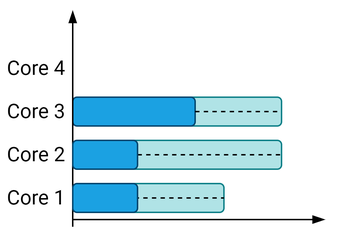
The draw.io diagram Notes/TFM_presentations/final/figures/drawings/state_example_merged_2.png in jmigual/APATeoria, before a commit. Source tidied: cells renumbered, new cells last; positions are measured from the earlier drawing's top-left corner, leaving out a move shared by most shapes. Source of this version:
```xml
<mxGraphModel math="1">
  <root>
    <mxCell id="0" />
    <mxCell id="1" parent="0" />
    <mxCell id="2" style="rounded=1;whiteSpace=wrap;html=1;align=center;fillColor=#b0e3e6;strokeColor=#0e8088;comic=0;fontSize=14;fontFamily=Roboto;FType=g;" parent="1" vertex="1">
      <mxGeometry x="75" y="120" width="80" height="20" as="geometry" />
    </mxCell>
    <mxCell id="3" value="Core 1" style="text;html=1;strokeColor=none;fillColor=none;align=center;verticalAlign=middle;whiteSpace=wrap;rounded=0;fontSize=14;fontColor=#000000;fontFamily=Roboto;FType=g;" parent="1" vertex="1">
      <mxGeometry y="120" width="50" height="20" as="geometry" />
    </mxCell>
    <mxCell id="4" value="Core 2" style="text;html=1;strokeColor=none;fillColor=none;align=center;verticalAlign=middle;whiteSpace=wrap;rounded=0;fontSize=14;fontColor=#000000;fontFamily=Roboto;FType=g;" parent="1" vertex="1">
      <mxGeometry y="90" width="50" height="20" as="geometry" />
    </mxCell>
    <mxCell id="5" value="Core 3" style="text;html=1;strokeColor=none;fillColor=none;align=center;verticalAlign=middle;whiteSpace=wrap;rounded=0;fontSize=14;fontColor=#000000;fontFamily=Roboto;FType=g;" parent="1" vertex="1">
      <mxGeometry y="60" width="50" height="20" as="geometry" />
    </mxCell>
    <mxCell id="6" style="endArrow=blockThin;html=1;endFill=1;fontFamily=Roboto;FType=g;" parent="1" edge="1">
      <mxGeometry relative="1" as="geometry">
        <mxPoint x="50" y="145" as="sourcePoint" />
        <mxPoint x="225" y="145" as="targetPoint" />
      </mxGeometry>
    </mxCell>
    <mxCell id="7" value="Core 4" style="text;html=1;strokeColor=none;fillColor=none;align=center;verticalAlign=middle;whiteSpace=wrap;rounded=0;fontSize=14;fontColor=#000000;fontFamily=Roboto;FType=g;" parent="1" vertex="1">
      <mxGeometry y="30" width="50" height="20" as="geometry" />
    </mxCell>
    <mxCell id="8" style="endArrow=none;dashed=1;html=1;entryX=1;entryY=0.5;entryDx=0;entryDy=0;exitX=0;exitY=0.5;exitDx=0;exitDy=0;" parent="1" edge="1" source="2" target="2">
      <mxGeometry relative="1" as="geometry" />
    </mxCell>
    <mxCell id="9" style="rounded=1;whiteSpace=wrap;html=1;align=center;fillColor=#b0e3e6;strokeColor=#0e8088;comic=0;fontSize=14;fontFamily=Roboto;FType=g;" parent="1" vertex="1">
      <mxGeometry x="65" y="90" width="130" height="20" as="geometry" />
    </mxCell>
    <mxCell id="10" style="endArrow=none;dashed=1;html=1;entryX=1;entryY=0.5;entryDx=0;entryDy=0;exitX=1;exitY=0.5;exitDx=0;exitDy=0;" parent="1" edge="1" source="16" target="9">
      <mxGeometry relative="1" as="geometry" />
    </mxCell>
    <mxCell id="11" style="rounded=1;whiteSpace=wrap;html=1;align=center;fillColor=#b0e3e6;strokeColor=#0e8088;comic=0;fontSize=14;fontFamily=Roboto;FType=g;" parent="1" vertex="1">
      <mxGeometry x="65" y="60" width="130" height="20" as="geometry" />
    </mxCell>
    <mxCell id="12" style="rounded=1;whiteSpace=wrap;html=1;align=center;fillColor=#1ba1e2;fontColor=#ffffff;comic=0;fontSize=14;fontFamily=Roboto;FType=g;strokeColor=#00456E;" parent="1" vertex="1">
      <mxGeometry x="50" y="60" width="85" height="20" as="geometry" />
    </mxCell>
    <mxCell id="13" style="endArrow=none;dashed=1;html=1;entryX=1;entryY=0.5;entryDx=0;entryDy=0;exitX=1;exitY=0.5;exitDx=0;exitDy=0;" parent="1" edge="1" source="12" target="11">
      <mxGeometry relative="1" as="geometry" />
    </mxCell>
    <mxCell id="14" style="endArrow=blockThin;html=1;strokeColor=#000000;endFill=1;exitX=0.5;exitY=0;exitDx=0;exitDy=0;fontFamily=Roboto;FType=g;" parent="1" edge="1">
      <mxGeometry relative="1" as="geometry">
        <mxPoint x="50" y="150" as="sourcePoint" />
        <mxPoint x="50" as="targetPoint" />
      </mxGeometry>
    </mxCell>
    <mxCell id="15" style="rounded=1;whiteSpace=wrap;html=1;align=center;fillColor=#1ba1e2;fontColor=#ffffff;comic=0;fontSize=14;fontFamily=Roboto;FType=g;strokeColor=#00456E;" parent="1" vertex="1">
      <mxGeometry x="50" y="120" width="45" height="20" as="geometry" />
    </mxCell>
    <mxCell id="16" style="rounded=1;whiteSpace=wrap;html=1;align=center;fillColor=#1ba1e2;fontColor=#ffffff;comic=0;fontSize=14;fontFamily=Roboto;FType=g;strokeColor=#00456E;" parent="1" vertex="1">
      <mxGeometry x="50" y="90" width="45" height="20" as="geometry" />
    </mxCell>
  </root>
</mxGraphModel>
```
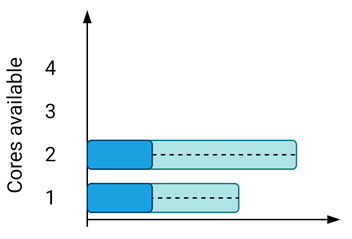
After the commit.

What changed in the source:
```diff
@@ -3,55 +3,49 @@
     <mxCell id="0" />
     <mxCell id="1" parent="0" />
     <mxCell id="2" style="rounded=1;whiteSpace=wrap;html=1;align=center;fillColor=#b0e3e6;strokeColor=#0e8088;comic=0;fontSize=14;fontFamily=Roboto;FType=g;" parent="1" vertex="1">
-      <mxGeometry x="75" y="120" width="80" height="20" as="geometry" />
+      <mxGeometry x="75" y="300" width="80" height="20" as="geometry" />
     </mxCell>
-    <mxCell id="3" value="Core 1" style="text;html=1;strokeColor=none;fillColor=none;align=center;verticalAlign=middle;whiteSpace=wrap;rounded=0;fontSize=14;fontColor=#000000;fontFamily=Roboto;FType=g;" parent="1" vertex="1">
-      <mxGeometry y="120" width="50" height="20" as="geometry" />
+    <mxCell id="3" style="endArrow=blockThin;html=1;endFill=1;fontFamily=Roboto;FType=g;" parent="1" edge="1">
+      <mxGeometry relative="1" as="geometry">
+        <mxPoint x="50" y="325" as="sourcePoint" />
+        <mxPoint x="225" y="325" as="targetPoint" />
+      </mxGeometry>
     </mxCell>
-    <mxCell id="4" value="Core 2" style="text;html=1;strokeColor=none;fillColor=none;align=center;verticalAlign=middle;whiteSpace=wrap;rounded=0;fontSize=14;fontColor=#000000;fontFamily=Roboto;FType=g;" parent="1" vertex="1">
-      <mxGeometry y="90" width="50" height="20" as="geometry" />
+    <mxCell id="4" style="endArrow=none;dashed=1;html=1;entryX=1;entryY=0.5;entryDx=0;entryDy=0;exitX=0;exitY=0.5;exitDx=0;exitDy=0;" parent="1" edge="1" source="2" target="2">
+      <mxGeometry relative="1" as="geometry" />
     </mxCell>
-    <mxCell id="5" value="Core 3" style="text;html=1;strokeColor=none;fillColor=none;align=center;verticalAlign=middle;whiteSpace=wrap;rounded=0;fontSize=14;fontColor=#000000;fontFamily=Roboto;FType=g;" parent="1" vertex="1">
-      <mxGeometry y="60" width="50" height="20" as="geometry" />
+    <mxCell id="5" style="rounded=1;whiteSpace=wrap;html=1;align=center;fillColor=#b0e3e6;strokeColor=#0e8088;comic=0;fontSize=14;fontFamily=Roboto;FType=g;" parent="1" vertex="1">
+      <mxGeometry x="65" y="270" width="130" height="20" as="geometry" />
     </mxCell>
-    <mxCell id="6" style="endArrow=blockThin;html=1;endFill=1;fontFamily=Roboto;FType=g;" parent="1" edge="1">
-      <mxGeometry relative="1" as="geometry">
-        <mxPoint x="50" y="145" as="sourcePoint" />
-        <mxPoint x="225" y="145" as="targetPoint" />
-      </mxGeometry>
+    <mxCell id="6" style="endArrow=none;dashed=1;html=1;entryX=1;entryY=0.5;entryDx=0;entryDy=0;exitX=1;exitY=0.5;exitDx=0;exitDy=0;" parent="1" edge="1" source="9" target="5">
+      <mxGeometry relative="1" as="geometry" />
     </mxCell>
-    <mxCell id="7" value="Core 4" style="text;html=1;strokeColor=none;fillColor=none;align=center;verticalAlign=middle;whiteSpace=wrap;rounded=0;fontSize=14;fontColor=#000000;fontFamily=Roboto;FType=g;" parent="1" vertex="1">
-      <mxGeometry y="30" width="50" height="20" as="geometry" />
+    <mxCell id="7" style="endArrow=blockThin;html=1;strokeColor=#000000;endFill=1;exitX=0.5;exitY=0;exitDx=0;exitDy=0;fontFamily=Roboto;FType=g;" parent="1" edge="1">
+      <mxGeometry relative="1" as="geometry">
+        <mxPoint x="50" y="330" as="sourcePoint" />
+        <mxPoint x="50" y="180" as="targetPoint" />
+      </mxGeometry>
     </mxCell>
-    <mxCell id="8" style="endArrow=none;dashed=1;html=1;entryX=1;entryY=0.5;entryDx=0;entryDy=0;exitX=0;exitY=0.5;exitDx=0;exitDy=0;" parent="1" edge="1" source="2" target="2">
-      <mxGeometry relative="1" as="geometry" />
+    <mxCell id="8" style="rounded=1;whiteSpace=wrap;html=1;align=center;fillColor=#1ba1e2;fontColor=#ffffff;comic=0;fontSize=14;fontFamily=Roboto;FType=g;strokeColor=#00456E;" parent="1" vertex="1">
+      <mxGeometry x="50" y="300" width="45" height="20" as="geometry" />
     </mxCell>
-    <mxCell id="9" style="rounded=1;whiteSpace=wrap;html=1;align=center;fillColor=#b0e3e6;strokeColor=#0e8088;comic=0;fontSize=14;fontFamily=Roboto;FType=g;" parent="1" vertex="1">
-      <mxGeometry x="65" y="90" width="130" height="20" as="geometry" />
+    <mxCell id="9" style="rounded=1;whiteSpace=wrap;html=1;align=center;fillColor=#1ba1e2;fontColor=#ffffff;comic=0;fontSize=14;fontFamily=Roboto;FType=g;strokeColor=#00456E;" parent="1" vertex="1">
+      <mxGeometry x="50" y="270" width="45" height="20" as="geometry" />
     </mxCell>
-    <mxCell id="10" style="endArrow=none;dashed=1;html=1;entryX=1;entryY=0.5;entryDx=0;entryDy=0;exitX=1;exitY=0.5;exitDx=0;exitDy=0;" parent="1" edge="1" source="16" target="9">
-      <mxGeometry relative="1" as="geometry" />
+    <mxCell id="10" value="1" style="text;html=1;strokeColor=none;fillColor=none;align=center;verticalAlign=middle;whiteSpace=wrap;rounded=0;fontSize=14;fontColor=#000000;fontFamily=Roboto;FType=g;" parent="1" vertex="1">
+      <mxGeometry y="300" width="50" height="20" as="geometry" />
     </mxCell>
-    <mxCell id="11" style="rounded=1;whiteSpace=wrap;html=1;align=center;fillColor=#b0e3e6;strokeColor=#0e8088;comic=0;fontSize=14;fontFamily=Roboto;FType=g;" parent="1" vertex="1">
-      <mxGeometry x="65" y="60" width="130" height="20" as="geometry" />
+    <mxCell id="11" value="2" style="text;html=1;strokeColor=none;fillColor=none;align=center;verticalAlign=middle;whiteSpace=wrap;rounded=0;fontSize=14;fontColor=#000000;fontFamily=Roboto;FType=g;" parent="1" vertex="1">
+      <mxGeometry y="270" width="50" height="20" as="geometry" />
     </mxCell>
-    <mxCell id="12" style="rounded=1;whiteSpace=wrap;html=1;align=center;fillColor=#1ba1e2;fontColor=#ffffff;comic=0;fontSize=14;fontFamily=Roboto;FType=g;strokeColor=#00456E;" parent="1" vertex="1">
-      <mxGeometry x="50" y="60" width="85" height="20" as="geometry" />
+    <mxCell id="12" value="3" style="text;html=1;strokeColor=none;fillColor=none;align=center;verticalAlign=middle;whiteSpace=wrap;rounded=0;fontSize=14;fontColor=#000000;fontFamily=Roboto;FType=g;" parent="1" vertex="1">
+      <mxGeometry y="240" width="50" height="20" as="geometry" />
     </mxCell>
-    <mxCell id="13" style="endArrow=none;dashed=1;html=1;entryX=1;entryY=0.5;entryDx=0;entryDy=0;exitX=1;exitY=0.5;exitDx=0;exitDy=0;" parent="1" edge="1" source="12" target="11">
-      <mxGeometry relative="1" as="geometry" />
+    <mxCell id="13" value="4" style="text;html=1;strokeColor=none;fillColor=none;align=center;verticalAlign=middle;whiteSpace=wrap;rounded=0;fontSize=14;fontColor=#000000;fontFamily=Roboto;FType=g;" parent="1" vertex="1">
+      <mxGeometry y="210" width="50" height="20" as="geometry" />
     </mxCell>
-    <mxCell id="14" style="endArrow=blockThin;html=1;strokeColor=#000000;endFill=1;exitX=0.5;exitY=0;exitDx=0;exitDy=0;fontFamily=Roboto;FType=g;" parent="1" edge="1">
-      <mxGeometry relative="1" as="geometry">
-        <mxPoint x="50" y="150" as="sourcePoint" />
-        <mxPoint x="50" as="targetPoint" />
-      </mxGeometry>
+    <mxCell id="14" value="Cores available" style="text;html=1;strokeColor=none;fillColor=none;align=center;verticalAlign=middle;whiteSpace=wrap;rounded=0;fontSize=14;fontColor=#000000;fontFamily=Roboto;FType=g;rotation=-90;" parent="1" vertex="1">
+      <mxGeometry x="-55" y="250" width="110" height="20" as="geometry" />
     </mxCell>
-    <mxCell id="15" style="rounded=1;whiteSpace=wrap;html=1;align=center;fillColor=#1ba1e2;fontColor=#ffffff;comic=0;fontSize=14;fontFamily=Roboto;FType=g;strokeColor=#00456E;" parent="1" vertex="1">
-      <mxGeometry x="50" y="120" width="45" height="20" as="geometry" />
-    </mxCell>
-    <mxCell id="16" style="rounded=1;whiteSpace=wrap;html=1;align=center;fillColor=#1ba1e2;fontColor=#ffffff;comic=0;fontSize=14;fontFamily=Roboto;FType=g;strokeColor=#00456E;" parent="1" vertex="1">
-      <mxGeometry x="50" y="90" width="45" height="20" as="geometry" />
-    </mxCell>
   </root>
 </mxGraphModel>
```
